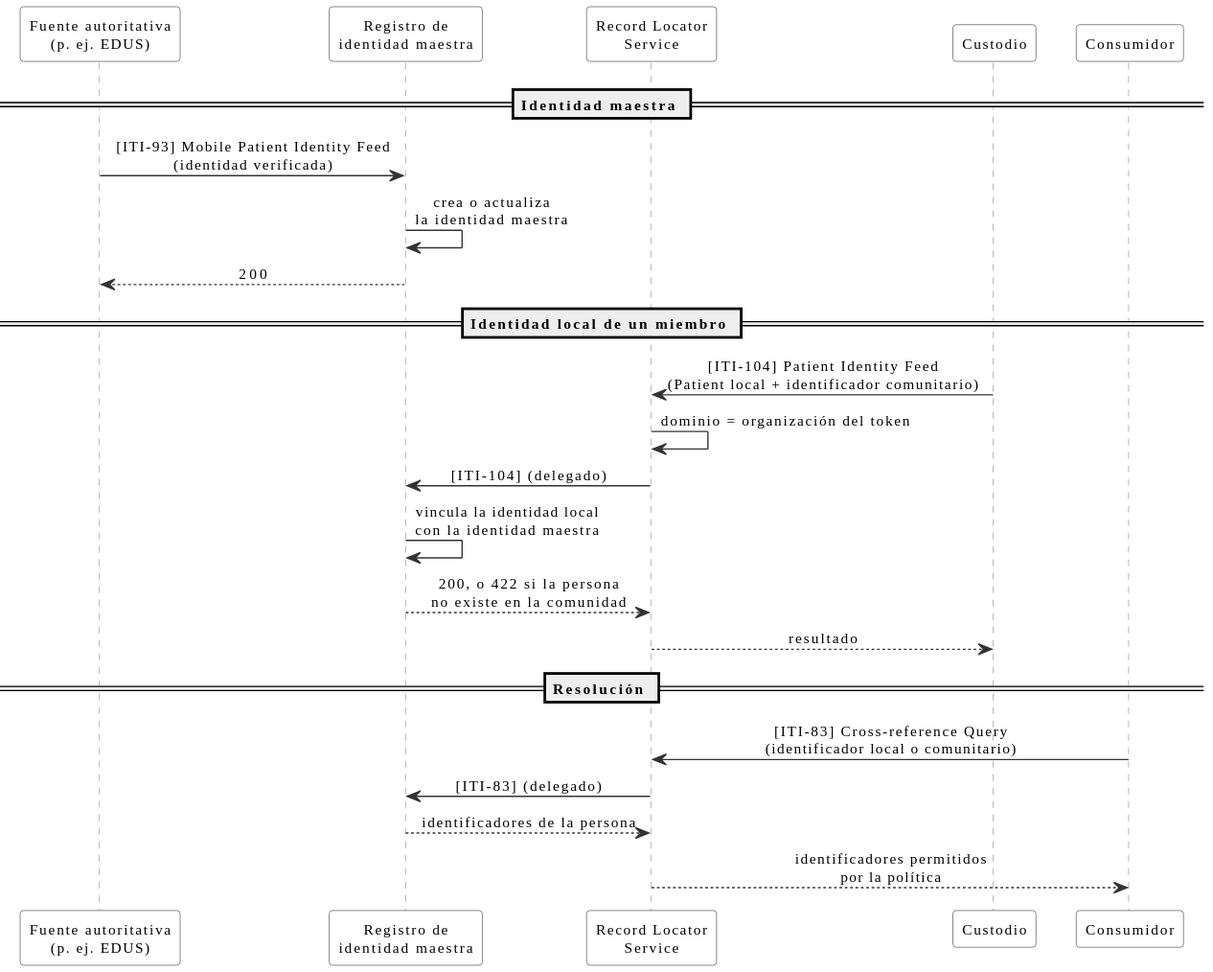
Earlier version of the PlantUML export input/images/hix-flujo-identidad.svg (meddyg/HIX). Source of this version:
```plantuml
@startuml
skinparam shadowing false
skinparam defaultFontName Verdana
skinparam defaultFontSize 11
skinparam sequenceMessageAlign center
skinparam ParticipantPadding 10
skinparam sequence {
  ArrowColor #333333
  LifeLineBorderColor #999999
  ParticipantBorderColor #555555
  ParticipantBackgroundColor white
  GroupBorderColor #999999
}

participant "Fuente autoritativa\n(p. ej. EDUS)" as SRC
participant "Registro de\nidentidad maestra" as PMIR
participant "Record Locator\nService" as RLS
participant "Custodio" as K
participant "Consumidor" as C

== Identidad maestra ==
SRC -> PMIR : [ITI-93] Mobile Patient Identity Feed\n(identidad verificada)
PMIR -> PMIR : crea o actualiza\nla identidad maestra
PMIR --> SRC : 200

== Identidad local de un miembro ==
K -> RLS : [ITI-104] Patient Identity Feed\n(Patient local + identificador comunitario)
RLS -> RLS : dominio = organización del token
RLS -> PMIR : [ITI-104] (delegado)
PMIR -> PMIR : vincula la identidad local\ncon la identidad maestra
PMIR --> RLS : 200, o 422 si la persona\nno existe en la comunidad
RLS --> K : resultado

== Resolución ==
C -> RLS : [ITI-83] Cross-reference Query\n(identificador local o comunitario)
RLS -> PMIR : [ITI-83] (delegado)
PMIR --> RLS : identificadores de la persona
RLS --> C : identificadores permitidos\npor la política
@enduml
```
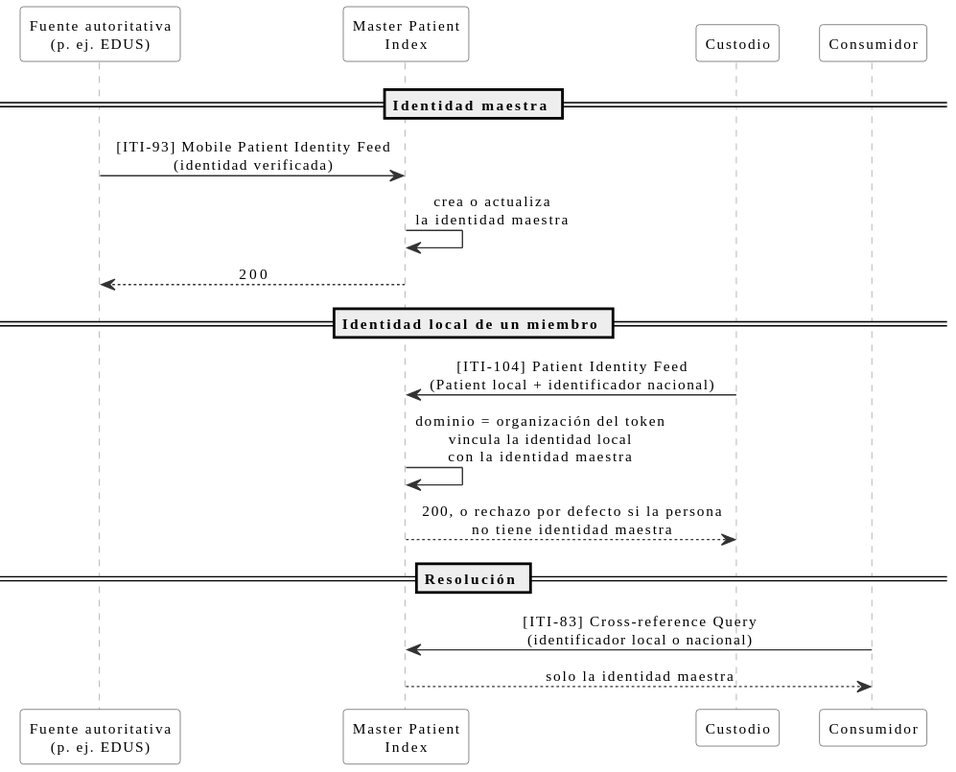
After the commit.

Change to the diagram source:
```diff
@@ -13,27 +13,21 @@
 }
 
 participant "Fuente autoritativa\n(p. ej. EDUS)" as SRC
-participant "Registro de\nidentidad maestra" as PMIR
-participant "Record Locator\nService" as RLS
+participant "Master Patient\nIndex" as MPI
 participant "Custodio" as K
 participant "Consumidor" as C
 
 == Identidad maestra ==
-SRC -> PMIR : [ITI-93] Mobile Patient Identity Feed\n(identidad verificada)
-PMIR -> PMIR : crea o actualiza\nla identidad maestra
-PMIR --> SRC : 200
+SRC -> MPI : [ITI-93] Mobile Patient Identity Feed\n(identidad verificada)
+MPI -> MPI : crea o actualiza\nla identidad maestra
+MPI --> SRC : 200
 
 == Identidad local de un miembro ==
-K -> RLS : [ITI-104] Patient Identity Feed\n(Patient local + identificador comunitario)
-RLS -> RLS : dominio = organización del token
-RLS -> PMIR : [ITI-104] (delegado)
-PMIR -> PMIR : vincula la identidad local\ncon la identidad maestra
-PMIR --> RLS : 200, o 422 si la persona\nno existe en la comunidad
-RLS --> K : resultado
+K -> MPI : [ITI-104] Patient Identity Feed\n(Patient local + identificador nacional)
+MPI -> MPI : dominio = organización del token\nvincula la identidad local\ncon la identidad maestra
+MPI --> K : 200, o rechazo por defecto si la persona\nno tiene identidad maestra
 
 == Resolución ==
-C -> RLS : [ITI-83] Cross-reference Query\n(identificador local o comunitario)
-RLS -> PMIR : [ITI-83] (delegado)
-PMIR --> RLS : identificadores de la persona
-RLS --> C : identificadores permitidos\npor la política
+C -> MPI : [ITI-83] Cross-reference Query\n(identificador local o nacional)
+MPI --> C : solo la identidad maestra
 @enduml
```
